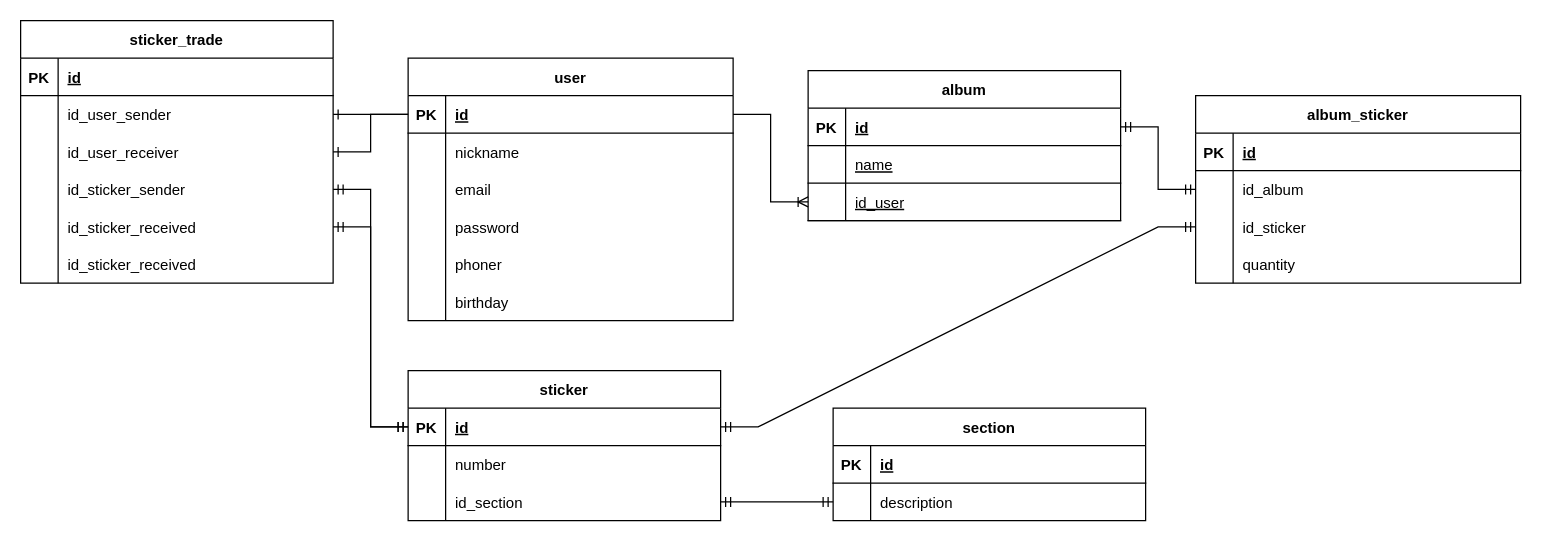
Above: src/main/resources/database/sc-trade-db.drawio in mateusmsc/api-sc-trade (draw.io), before the change. Source tidied: cells renumbered, new cells numbered last; positions are measured from the earlier drawing's top-left corner, leaving out a move shared by most shapes. Both pictures are drawn from the tidied source at 125%, with x=0, y=0 at pixel (20, 20).
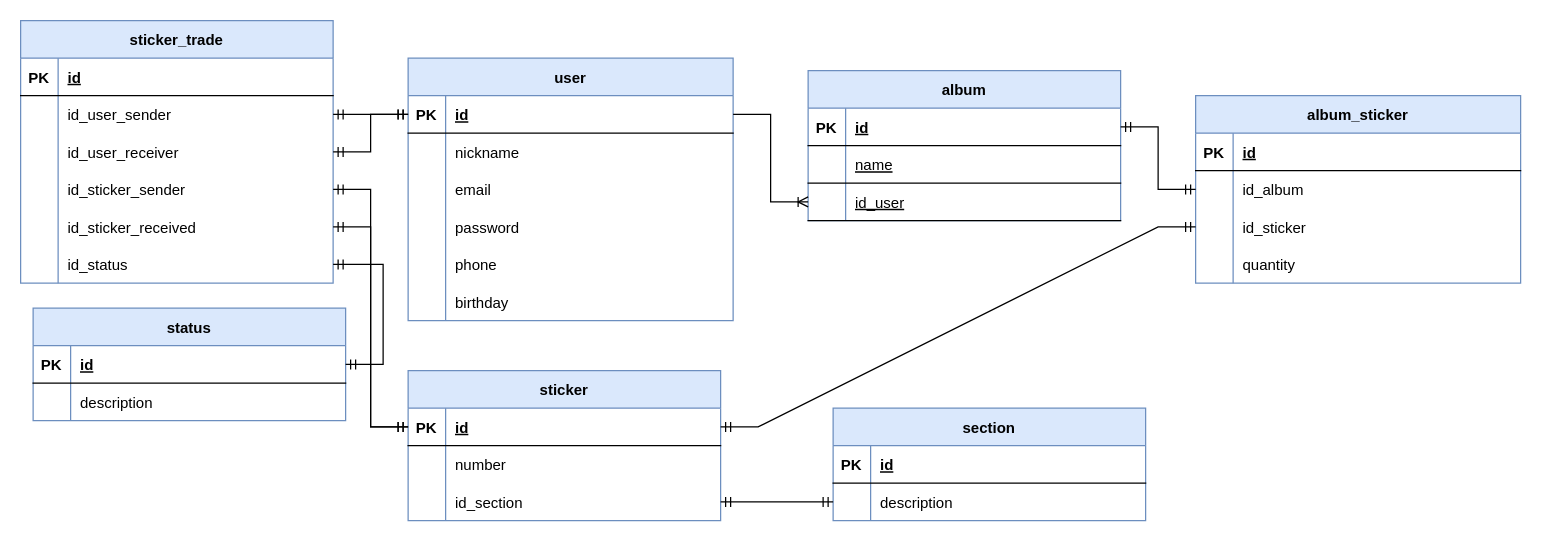
The same diagram, later.

Unchanged cells that the change refers to:
```xml
<mxCell id="23" style="shape=partialRectangle;fillColor=none;points=[[0,0.5],[1,0.5]];portConstraint=eastwest;top=0;left=0;right=0;bottom=1;" parent="22" vertex="1">
  <mxGeometry y="30" width="260" height="30" as="geometry" />
</mxCell>
<mxCell id="35" style="shape=partialRectangle;fillColor=none;top=0;left=0;right=0;bottom=0;" parent="22" vertex="1">
  <mxGeometry y="150" width="260" height="30" as="geometry" />
</mxCell>
<mxCell id="61" style="shape=partialRectangle;fillColor=none;points=[[0,0.5],[1,0.5]];portConstraint=eastwest;top=0;left=0;right=0;bottom=0;" parent="57" vertex="1">
  <mxGeometry y="60" width="250" height="30" as="geometry" />
</mxCell>
<mxCell id="64" style="shape=partialRectangle;fillColor=none;points=[[0,0.5],[1,0.5]];portConstraint=eastwest;top=0;left=0;right=0;bottom=0;" parent="57" vertex="1">
  <mxGeometry y="90" width="250" height="30" as="geometry" />
</mxCell>
<mxCell id="73" style="shape=partialRectangle;fillColor=none;points=[[0,0.5],[1,0.5]];portConstraint=eastwest;top=0;left=0;right=0;bottom=0;" parent="57" vertex="1">
  <mxGeometry y="180" width="250" height="30" as="geometry" />
</mxCell>
```

What changed in the source:
```diff
@@
-    <mxCell id="2" value="sticker" style="shape=table;startSize=30;childLayout=tableLayout;rowLines=0;fontStyle=1;align=center;" parent="1" vertex="1">
+    <mxCell id="2" value="sticker" style="shape=table;startSize=30;childLayout=tableLayout;rowLines=0;fontStyle=1;align=center;fillColor=#dae8fc;strokeColor=#6c8ebf;" parent="1" vertex="1">
       <mxGeometry x="310" y="280" width="250" height="120" as="geometry" />
     </mxCell>
@@
-    <mxCell id="12" value="album" style="shape=table;startSize=30;childLayout=tableLayout;rowLines=0;fontStyle=1;align=center;" parent="1" vertex="1">
+    <mxCell id="12" value="album" style="shape=table;startSize=30;childLayout=tableLayout;rowLines=0;fontStyle=1;align=center;fillColor=#dae8fc;strokeColor=#6c8ebf;" parent="1" vertex="1">
       <mxGeometry x="630" y="40" width="250" height="120" as="geometry" />
     </mxCell>
@@
-    <mxCell id="22" value="user" style="shape=table;startSize=30;childLayout=tableLayout;rowLines=0;fontStyle=1;align=center;" parent="1" vertex="1">
+    <mxCell id="22" value="user" style="shape=table;startSize=30;childLayout=tableLayout;rowLines=0;fontStyle=1;align=center;fillColor=#dae8fc;strokeColor=#6c8ebf;" parent="1" vertex="1">
       <mxGeometry x="310" y="30" width="260" height="210" as="geometry" />
     </mxCell>
@@
-    <mxCell id="37" value="phoner" style="shape=partialRectangle;overflow=hidden;fillColor=none;top=0;left=0;bottom=0;right=0;align=left;spacingLeft=6;" parent="35" vertex="1">
+    <mxCell id="37" value="phone" style="shape=partialRectangle;overflow=hidden;fillColor=none;top=0;left=0;bottom=0;right=0;align=left;spacingLeft=6;" parent="35" vertex="1">
       <mxGeometry x="30" width="230" height="30" as="geometry" />
     </mxCell>
@@
-    <mxCell id="41" value="album_sticker" style="shape=table;startSize=30;childLayout=tableLayout;rowLines=0;fontStyle=1;align=center;" parent="1" vertex="1">
+    <mxCell id="41" value="album_sticker" style="shape=table;startSize=30;childLayout=tableLayout;rowLines=0;fontStyle=1;align=center;fillColor=#dae8fc;strokeColor=#6c8ebf;" parent="1" vertex="1">
       <mxGeometry x="940" y="60" width="260" height="150" as="geometry" />
     </mxCell>
@@
-    <mxCell id="57" value="sticker_trade" style="shape=table;startSize=30;childLayout=tableLayout;rowLines=0;fontStyle=1;align=center;" parent="1" vertex="1">
+    <mxCell id="57" value="sticker_trade" style="shape=table;startSize=30;childLayout=tableLayout;rowLines=0;fontStyle=1;align=center;fillColor=#dae8fc;strokeColor=#6c8ebf;" parent="1" vertex="1">
       <mxGeometry width="250" height="210" as="geometry" />
     </mxCell>
@@
-    <mxCell id="75" value="id_sticker_received" style="shape=partialRectangle;overflow=hidden;fillColor=none;top=0;left=0;bottom=0;right=0;align=left;spacingLeft=6;" parent="73" vertex="1">
+    <mxCell id="75" value="id_status" style="shape=partialRectangle;overflow=hidden;fillColor=none;top=0;left=0;bottom=0;right=0;align=left;spacingLeft=6;" parent="73" vertex="1">
       <mxGeometry x="30" width="220" height="30" as="geometry" />
     </mxCell>
-    <mxCell id="76" style="edgeStyle=entityRelationEdgeStyle;fontSize=12;html=1;endArrow=ERone;endFill=1;rounded=0;" parent="1" edge="1" source="23" target="61">
-      <mxGeometry relative="1" as="geometry" />
-    </mxCell>
-    <mxCell id="77" style="edgeStyle=entityRelationEdgeStyle;fontSize=12;html=1;endArrow=ERone;endFill=1;rounded=0;exitX=0;exitY=0.5;exitDx=0;exitDy=0;" parent="1" edge="1" source="23" target="64">
-      <mxGeometry relative="1" as="geometry" />
-    </mxCell>
@@
-    <mxCell id="80" value="section" style="shape=table;startSize=30;childLayout=tableLayout;rowLines=0;fontStyle=1;align=center;" parent="1" vertex="1">
+    <mxCell id="80" value="section" style="shape=table;startSize=30;childLayout=tableLayout;rowLines=0;fontStyle=1;align=center;fillColor=#dae8fc;strokeColor=#6c8ebf;" parent="1" vertex="1">
       <mxGeometry x="650" y="310" width="250" height="90" as="geometry" />
     </mxCell>
@@
+    <mxCell id="88" value="status" style="shape=table;startSize=30;childLayout=tableLayout;rowLines=0;fontStyle=1;align=center;fillColor=#dae8fc;strokeColor=#6c8ebf;" parent="1" vertex="1">
+      <mxGeometry x="10" y="230" width="250" height="90" as="geometry" />
+    </mxCell>
+    <mxCell id="89" style="shape=partialRectangle;fillColor=none;points=[[0,0.5],[1,0.5]];portConstraint=eastwest;top=0;left=0;right=0;bottom=1;" parent="88" vertex="1">
+      <mxGeometry y="30" width="250" height="30" as="geometry" />
+    </mxCell>
+    <mxCell id="90" value="PK" style="shape=partialRectangle;overflow=hidden;fillColor=none;top=0;left=0;bottom=0;right=0;fontStyle=1;" parent="89" vertex="1">
+      <mxGeometry width="30" height="30" as="geometry" />
+    </mxCell>
+    <mxCell id="91" value="id" style="shape=partialRectangle;overflow=hidden;fillColor=none;top=0;left=0;bottom=0;right=0;align=left;spacingLeft=6;fontStyle=5;" parent="89" vertex="1">
+      <mxGeometry x="30" width="220" height="30" as="geometry" />
+    </mxCell>
+    <mxCell id="92" style="shape=partialRectangle;fillColor=none;top=0;left=0;right=0;bottom=0;" parent="88" vertex="1">
+      <mxGeometry y="60" width="250" height="30" as="geometry" />
+    </mxCell>
+    <mxCell id="93" style="shape=partialRectangle;overflow=hidden;fillColor=none;top=0;left=0;bottom=0;right=0;" parent="92" vertex="1">
+      <mxGeometry width="30" height="30" as="geometry" />
+    </mxCell>
+    <mxCell id="94" value="description" style="shape=partialRectangle;overflow=hidden;fillColor=none;top=0;left=0;bottom=0;right=0;align=left;spacingLeft=6;" parent="92" vertex="1">
+      <mxGeometry x="30" width="220" height="30" as="geometry" />
+    </mxCell>
+    <mxCell id="95" style="edgeStyle=entityRelationEdgeStyle;fontSize=12;html=1;endArrow=ERmandOne;startArrow=ERmandOne;rounded=0;" parent="1" edge="1" source="89" target="73">
+      <mxGeometry relative="1" as="geometry" />
+    </mxCell>
+    <mxCell id="96" style="edgeStyle=entityRelationEdgeStyle;fontSize=12;html=1;endArrow=ERmandOne;startArrow=ERmandOne;rounded=0;" parent="1" edge="1" source="64" target="23">
+      <mxGeometry relative="1" as="geometry" />
+    </mxCell>
+    <mxCell id="97" style="edgeStyle=entityRelationEdgeStyle;fontSize=12;html=1;endArrow=ERmandOne;startArrow=ERmandOne;rounded=0;" parent="1" edge="1" source="61" target="23">
+      <mxGeometry relative="1" as="geometry" />
+    </mxCell>
```
